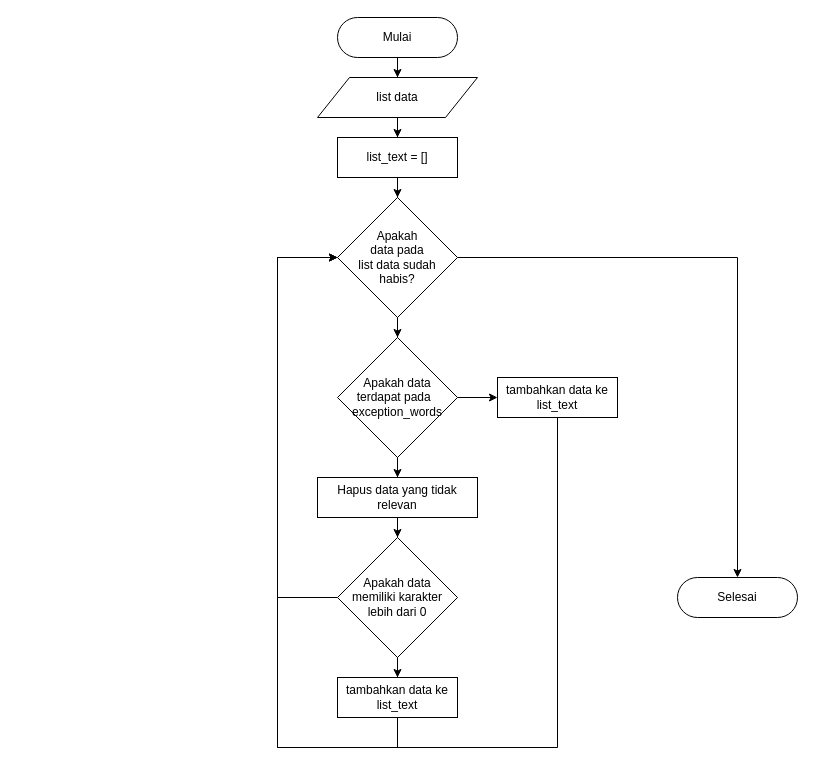
mksyfla/analysis-sentiment-using-svm keeps this draw.io diagram as page "Stopword" (7 of 9) of Untitled Diagram.drawio. Above is the earlier version. Source tidied: cells renumbered, new cells numbered last; positions are measured from the earlier drawing's top-left corner, leaving out a move shared by most shapes. Both pictures are drawn from the tidied source at 100%, with x=0, y=0 at pixel (277, 17).
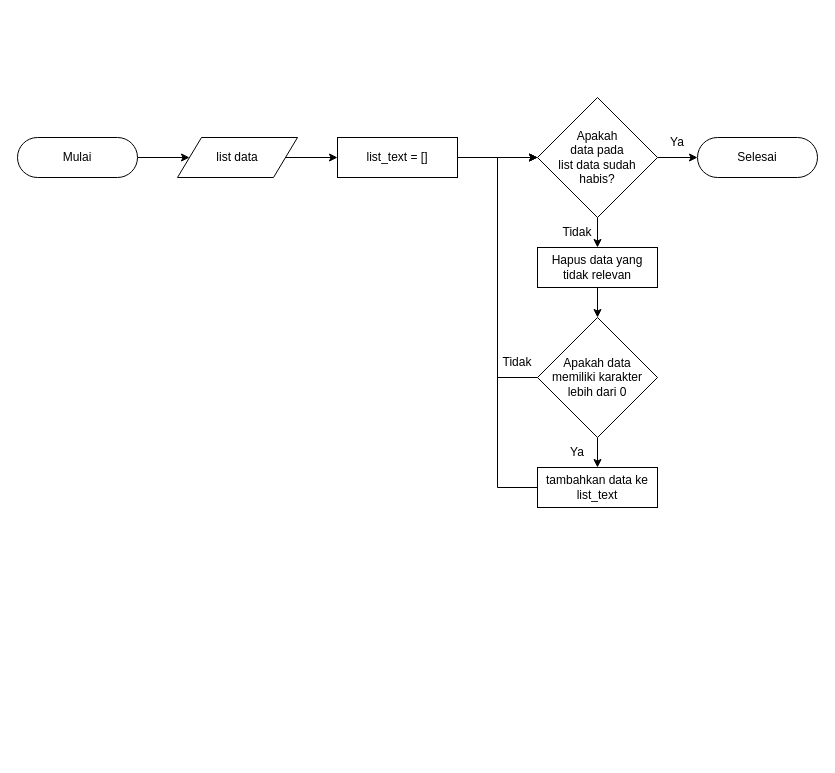
The same diagram, later.

What changed in the source:
```diff
@@
     <mxCell id="3" value="Mulai" style="html=1;dashed=0;whiteSpace=wrap;shape=mxgraph.dfd.start;" parent="1" vertex="1">
-      <mxGeometry x="60" width="120" height="40" as="geometry" />
+      <mxGeometry x="-260" y="120" width="120" height="40" as="geometry" />
     </mxCell>
     <mxCell id="4" value="Selesai" style="html=1;dashed=0;whiteSpace=wrap;shape=mxgraph.dfd.start;" parent="1" vertex="1">
-      <mxGeometry x="400" y="560" width="120" height="40" as="geometry" />
+      <mxGeometry x="420" y="120" width="120" height="40" as="geometry" />
     </mxCell>
-    <mxCell id="5" style="edgeStyle=orthogonalEdgeStyle;rounded=0;jettySize=auto;html=1;" parent="1" edge="1" source="7" target="14">
-      <mxGeometry relative="1" as="geometry" />
-    </mxCell>
@@
+    <mxCell id="24" style="edgeStyle=orthogonalEdgeStyle;rounded=0;jettySize=auto;html=1;" parent="1" edge="1" source="7" target="17">
+      <mxGeometry relative="1" as="geometry" />
+    </mxCell>
     <mxCell id="7" value="&lt;div&gt;Apakah&lt;/div&gt;&lt;div&gt;data pada&lt;/div&gt;&lt;div&gt;list data sudah&lt;/div&gt;&lt;div&gt;habis?&lt;/div&gt;" style="strokeWidth=1;html=1;shape=mxgraph.flowchart.decision;whiteSpace=wrap;" parent="1" vertex="1">
-      <mxGeometry x="60" y="180" width="120" height="120" as="geometry" />
+      <mxGeometry x="260" y="80" width="120" height="120" as="geometry" />
     </mxCell>
@@
     <mxCell id="11" value="list data" style="shape=parallelogram;perimeter=parallelogramPerimeter;whiteSpace=wrap;html=1;dashed=0;" parent="1" vertex="1">
-      <mxGeometry x="40" y="60" width="160" height="40" as="geometry" />
+      <mxGeometry x="-100" y="120" width="120" height="40" as="geometry" />
     </mxCell>
-    <mxCell id="12" style="edgeStyle=orthogonalEdgeStyle;rounded=0;jettySize=auto;html=1;" parent="1" edge="1" source="14" target="17">
-      <mxGeometry relative="1" as="geometry" />
-    </mxCell>
-    <mxCell id="13" style="edgeStyle=orthogonalEdgeStyle;rounded=0;jettySize=auto;html=1;" parent="1" edge="1" source="14" target="15">
-      <mxGeometry relative="1" as="geometry" />
-    </mxCell>
-    <mxCell id="14" value="&lt;div&gt;Apakah data&lt;/div&gt;&lt;div&gt;terdapat pada&amp;nbsp;&amp;nbsp;&lt;/div&gt;exception_words" style="strokeWidth=1;html=1;shape=mxgraph.flowchart.decision;whiteSpace=wrap;" parent="1" vertex="1">
-      <mxGeometry x="60" y="320" width="120" height="120" as="geometry" />
-    </mxCell>
-    <mxCell id="15" value="tambahkan data ke list_text" style="html=1;dashed=0;whiteSpace=wrap;" parent="1" vertex="1">
-      <mxGeometry x="220" y="360" width="120" height="40" as="geometry" />
-    </mxCell>
@@
-    <mxCell id="17" value="Hapus data yang tidak relevan" style="html=1;dashed=0;whiteSpace=wrap;" parent="1" vertex="1">
-      <mxGeometry x="40" y="460" width="160" height="40" as="geometry" />
+    <mxCell id="17" value="&lt;div&gt;Hapus data yang&lt;/div&gt;&lt;div&gt;tidak relevan&lt;/div&gt;" style="html=1;dashed=0;whiteSpace=wrap;" parent="1" vertex="1">
+      <mxGeometry x="260" y="230" width="120" height="40" as="geometry" />
     </mxCell>
@@
     <mxCell id="19" style="edgeStyle=orthogonalEdgeStyle;rounded=0;jettySize=auto;html=1;" parent="1" edge="1" source="20" target="7">
       <mxGeometry relative="1" as="geometry">
         <Array as="points">
-          <mxPoint y="580" />
-          <mxPoint y="240" />
+          <mxPoint x="220" y="360" />
+          <mxPoint x="220" y="140" />
         </Array>
       </mxGeometry>
     </mxCell>
     <mxCell id="20" value="&lt;div&gt;Apakah data&lt;/div&gt;&lt;div&gt;memiliki karakter lebih dari 0&lt;/div&gt;" style="strokeWidth=1;html=1;shape=mxgraph.flowchart.decision;whiteSpace=wrap;" parent="1" vertex="1">
-      <mxGeometry x="60" y="520" width="120" height="120" as="geometry" />
+      <mxGeometry x="260" y="300" width="120" height="120" as="geometry" />
     </mxCell>
     <mxCell id="21" style="edgeStyle=orthogonalEdgeStyle;rounded=0;jettySize=auto;html=1;" parent="1" edge="1" source="22" target="7">
       <mxGeometry relative="1" as="geometry">
         <Array as="points">
-          <mxPoint x="120" y="730" />
-          <mxPoint y="730" />
-          <mxPoint y="240" />
+          <mxPoint x="220" y="470" />
+          <mxPoint x="220" y="140" />
         </Array>
       </mxGeometry>
     </mxCell>
     <mxCell id="22" value="tambahkan data ke list_text" style="html=1;dashed=0;whiteSpace=wrap;" parent="1" vertex="1">
-      <mxGeometry x="60" y="660" width="120" height="40" as="geometry" />
+      <mxGeometry x="260" y="450" width="120" height="40" as="geometry" />
     </mxCell>
-    <mxCell id="23" style="edgeStyle=orthogonalEdgeStyle;rounded=0;jettySize=auto;html=1;entryX=0;entryY=0.5;entryDx=0;entryDy=0;entryPerimeter=0;" parent="1" edge="1" source="15" target="7">
-      <mxGeometry relative="1" as="geometry">
-        <Array as="points">
-          <mxPoint x="280" y="730" />
-          <mxPoint y="730" />
-          <mxPoint y="240" />
-        </Array>
-      </mxGeometry>
-    </mxCell>
+    <mxCell id="25" value="Ya" style="text;html=1;align=center;verticalAlign=middle;whiteSpace=wrap;rounded=0;" parent="1" vertex="1">
+      <mxGeometry x="380" y="110" width="40" height="30" as="geometry" />
+    </mxCell>
+    <mxCell id="26" value="Tidak" style="text;html=1;align=center;verticalAlign=middle;whiteSpace=wrap;rounded=0;" parent="1" vertex="1">
+      <mxGeometry x="280" y="200" width="40" height="30" as="geometry" />
+    </mxCell>
+    <mxCell id="27" value="Tidak" style="text;html=1;align=center;verticalAlign=middle;whiteSpace=wrap;rounded=0;" parent="1" vertex="1">
+      <mxGeometry x="220" y="330" width="40" height="30" as="geometry" />
+    </mxCell>
+    <mxCell id="28" value="Ya" style="text;html=1;align=center;verticalAlign=middle;whiteSpace=wrap;rounded=0;" parent="1" vertex="1">
+      <mxGeometry x="280" y="420" width="40" height="30" as="geometry" />
+    </mxCell>
```
